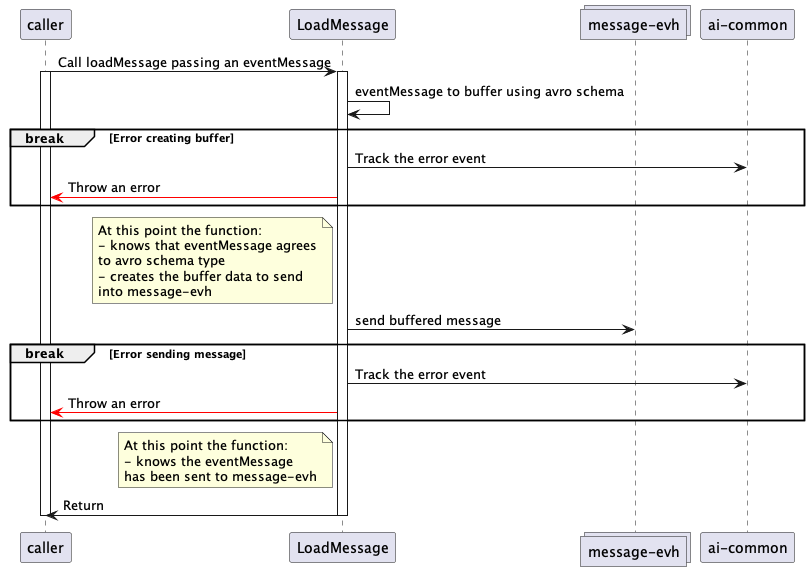
Before: docs/load-message/load-message.png, a diagram exported from PlantUML (pagopa/io-messages).
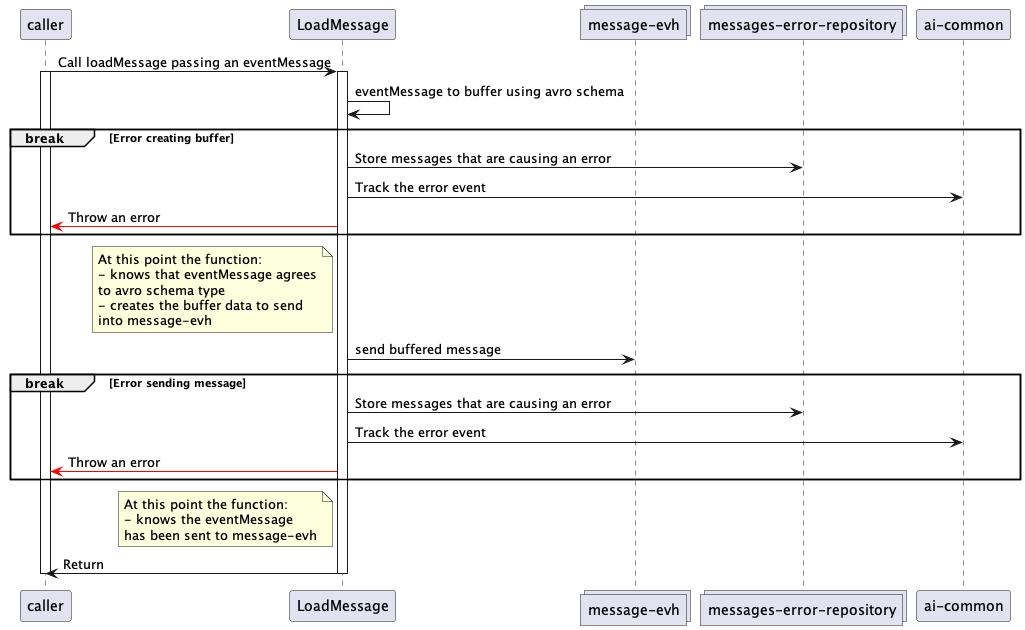
After the commit.

What changed in the source:
```diff
@@ -1,8 +1,9 @@
-@startuml
+@startuml load-message
 
 participant caller
 participant LoadMessage as lm
 collections "message-evh" as evh
+collections "messages-error-repository" as msgErrorRepo
 participant "ai-common" as ai
 
 caller -> lm : Call loadMessage passing an eventMessage
@@ -12,6 +13,7 @@
 
 lm -> lm : eventMessage to buffer using avro schema
 break Error creating buffer
+  lm -> msgErrorRepo: Store messages that are causing an error
   lm -> ai : Track the error event
   lm -[#red]> caller : Throw an error
 end
@@ -26,6 +28,7 @@
 
 lm -> evh : send buffered message
 break Error sending message
+  lm -> msgErrorRepo: Store messages that are causing an error
   lm -> ai : Track the error event
   lm -[#red]> caller : Throw an error
 end
```
